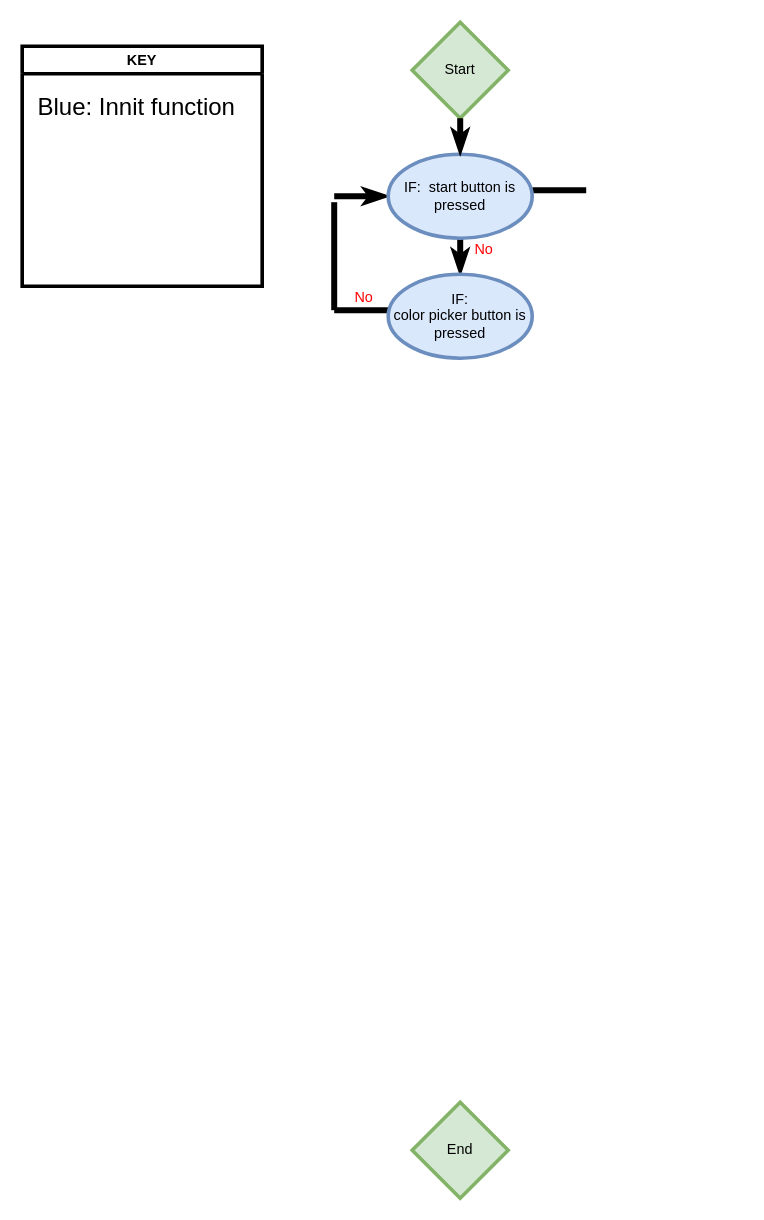
santinx07/adventurePark keeps this draw.io diagram as adventurePark.drawio. Above is the earlier version. Source tidied: cells renumbered, new cells numbered last; positions are measured from the earlier drawing's top-left corner, leaving out a move shared by most shapes. Both pictures are drawn from the tidied source at 120%, with x=0, y=0 at pixel (22, 22).
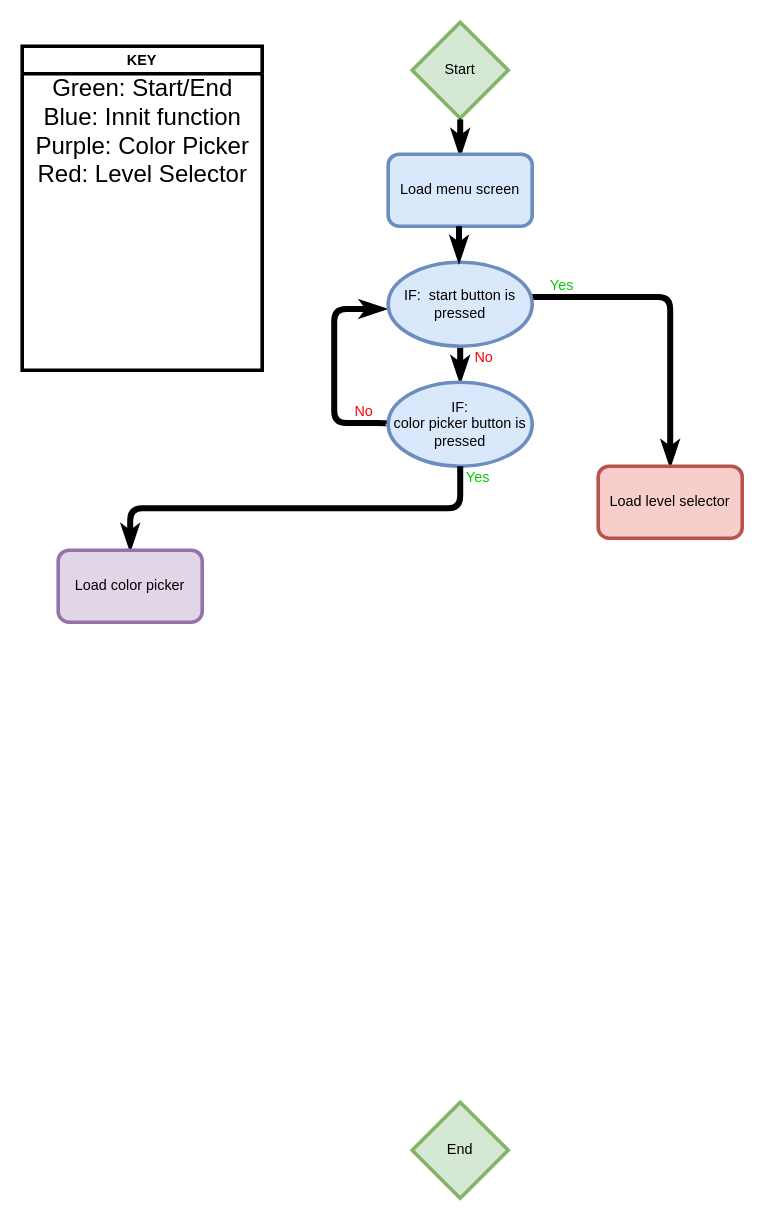
The same page after the edit.

The change refers to these unchanged cells:
```xml
<mxCell id="2" value="Start" style="rhombus;whiteSpace=wrap;html=1;fillColor=#d5e8d4;strokeColor=#82b366;strokeWidth=3;" parent="1" vertex="1">
  <mxGeometry x="325" width="80" height="80" as="geometry" />
</mxCell>
```

The edit, as a diff of the source:
```diff
@@
     <mxCell id="3" value="KEY" style="swimlane;strokeWidth=3;" parent="1" vertex="1">
-      <mxGeometry y="20" width="200" height="200" as="geometry" />
+      <mxGeometry y="20" width="200" height="270" as="geometry" />
     </mxCell>
-    <mxCell id="4" value="&lt;font style=&quot;font-size: 20px&quot;&gt;Blue: Innit function&lt;/font&gt;" style="text;html=1;align=center;verticalAlign=middle;strokeColor=none;fillColor=none;" parent="3" vertex="1">
-      <mxGeometry x="5" y="40" width="180" height="20" as="geometry" />
+    <mxCell id="4" value="&lt;font style=&quot;font-size: 20px&quot;&gt;Green: Start/End&lt;br&gt;Blue: Innit function&lt;br&gt;Purple: Color Picker&lt;br&gt;Red: Level Selector&lt;br&gt;&lt;/font&gt;" style="text;html=1;align=center;verticalAlign=middle;strokeColor=none;fillColor=none;" parent="3" vertex="1">
+      <mxGeometry x="5" y="35" width="190" height="70" as="geometry" />
     </mxCell>
@@
-    <mxCell id="6" style="endArrow=none;html=1;strokeColor=#000000;strokeWidth=5;entryX=1;entryY=0.5;entryDx=0;entryDy=0;exitX=0.5;exitY=1;exitDx=0;exitDy=0;" parent="1" edge="1">
+    <mxCell id="6" style="endArrow=none;html=1;strokeColor=#000000;strokeWidth=5;entryX=1;entryY=0.5;entryDx=0;entryDy=0;edgeStyle=orthogonalEdgeStyle;endFill=0;startArrow=classicThin;startFill=1;" parent="1" edge="1">
       <mxGeometry relative="1" as="geometry">
-        <mxPoint x="470" y="140" as="sourcePoint" />
-        <mxPoint x="425" y="140" as="targetPoint" />
+        <mxPoint x="540" y="370" as="sourcePoint" />
+        <mxPoint x="425" y="229" as="targetPoint" />
+        <Array as="points">
+          <mxPoint x="540" y="229" />
+        </Array>
       </mxGeometry>
     </mxCell>
     <mxCell id="7" style="endArrow=none;html=1;entryX=0.5;entryY=1;entryDx=0;entryDy=0;strokeWidth=5;endFill=0;startArrow=classicThin;startFill=1;" parent="1" edge="1">
       <mxGeometry relative="1" as="geometry">
-        <mxPoint x="365" y="210" as="sourcePoint" />
-        <mxPoint x="365" y="170" as="targetPoint" />
+        <mxPoint x="365" y="300" as="sourcePoint" />
+        <mxPoint x="365" y="260" as="targetPoint" />
       </mxGeometry>
     </mxCell>
-    <mxCell id="8" style="endArrow=none;html=1;strokeWidth=5;exitX=0;exitY=0.5;exitDx=0;exitDy=0;" parent="1" edge="1">
-      <mxGeometry relative="1" as="geometry">
-        <mxPoint x="305" y="240" as="sourcePoint" />
-        <mxPoint x="260" y="240" as="targetPoint" />
-      </mxGeometry>
-    </mxCell>
-    <mxCell id="9" style="endArrow=none;html=1;strokeWidth=5;" parent="1" edge="1">
-      <mxGeometry relative="1" as="geometry">
-        <mxPoint x="260" y="240" as="sourcePoint" />
-        <mxPoint x="260" y="150" as="targetPoint" />
-      </mxGeometry>
-    </mxCell>
-    <mxCell id="10" style="endArrow=classicThin;html=1;strokeWidth=5;entryX=0;entryY=0.5;entryDx=0;entryDy=0;startArrow=none;startFill=0;endFill=1;" parent="1" edge="1" target="13">
+    <mxCell id="10" style="endArrow=classicThin;html=1;strokeWidth=5;startArrow=none;startFill=0;endFill=1;exitX=0;exitY=0.5;exitDx=0;exitDy=0;edgeStyle=orthogonalEdgeStyle;" parent="1" edge="1" source="15">
       <mxGeometry relative="1" as="geometry">
-        <mxPoint x="260" y="145" as="sourcePoint" />
+        <mxPoint x="303" y="239" as="targetPoint" />
+        <Array as="points">
+          <mxPoint x="260" y="334" />
+          <mxPoint x="260" y="239" />
+          <mxPoint x="303" y="239" />
+        </Array>
       </mxGeometry>
     </mxCell>
     <mxCell id="11" value="&lt;font color=&quot;#ff0000&quot;&gt;No&lt;/font&gt;" style="text;html=1;strokeColor=none;fillColor=none;align=center;verticalAlign=middle;whiteSpace=wrap;rounded=0;" parent="1" vertex="1">
-      <mxGeometry x="265" y="220" width="40" height="20" as="geometry" />
+      <mxGeometry x="265" y="315" width="40" height="20" as="geometry" />
     </mxCell>
     <mxCell id="12" value="&lt;font color=&quot;#ff0000&quot;&gt;No&lt;/font&gt;" style="text;html=1;strokeColor=none;fillColor=none;align=center;verticalAlign=middle;whiteSpace=wrap;rounded=0;" parent="1" vertex="1">
-      <mxGeometry x="365" y="180" width="40" height="20" as="geometry" />
+      <mxGeometry x="365" y="270" width="40" height="20" as="geometry" />
     </mxCell>
     <mxCell id="13" value="&lt;span&gt;IF:&amp;nbsp; start button is pressed&lt;/span&gt;" style="ellipse;whiteSpace=wrap;html=1;fillColor=#dae8fc;strokeColor=#6c8ebf;strokeWidth=3;" parent="1" vertex="1">
-      <mxGeometry x="305" y="110" width="120" height="70" as="geometry" />
+      <mxGeometry x="305" y="200" width="120" height="70" as="geometry" />
     </mxCell>
     <mxCell id="14" style="endArrow=none;html=1;entryX=0.5;entryY=1;entryDx=0;entryDy=0;strokeWidth=5;startArrow=classicThin;startFill=1;" parent="1" edge="1">
       <mxGeometry relative="1" as="geometry">
-        <mxPoint x="365" y="110" as="sourcePoint" />
-        <mxPoint x="365" y="80" as="targetPoint" />
+        <mxPoint x="365" y="111" as="sourcePoint" />
+        <mxPoint x="365" y="81" as="targetPoint" />
       </mxGeometry>
     </mxCell>
     <mxCell id="15" value="&lt;span&gt;IF: &lt;br&gt;color picker button is pressed&lt;/span&gt;" style="ellipse;whiteSpace=wrap;html=1;fillColor=#dae8fc;strokeColor=#6c8ebf;strokeWidth=3;" parent="1" vertex="1">
-      <mxGeometry x="305" y="210" width="120" height="70" as="geometry" />
+      <mxGeometry x="305" y="300" width="120" height="70" as="geometry" />
     </mxCell>
+    <mxCell id="16" style="endArrow=classicThin;html=1;strokeWidth=5;exitX=0.5;exitY=1;exitDx=0;exitDy=0;endFill=1;edgeStyle=orthogonalEdgeStyle;" parent="1" edge="1" source="15" target="17">
+      <mxGeometry relative="1" as="geometry" />
+    </mxCell>
+    <mxCell id="17" value="Load color picker" style="rounded=1;whiteSpace=wrap;html=1;fillColor=#e1d5e7;strokeColor=#9673a6;strokeWidth=3;" parent="1" vertex="1">
+      <mxGeometry x="30" y="440" width="120" height="60" as="geometry" />
+    </mxCell>
+    <mxCell id="18" value="&lt;font color=&quot;#00cc00&quot;&gt;Yes&lt;/font&gt;" style="text;html=1;strokeColor=none;fillColor=none;align=center;verticalAlign=middle;whiteSpace=wrap;rounded=0;" parent="1" vertex="1">
+      <mxGeometry x="430" y="210" width="40" height="20" as="geometry" />
+    </mxCell>
+    <mxCell id="19" value="&lt;font color=&quot;#00cc00&quot;&gt;Yes&lt;/font&gt;" style="text;html=1;strokeColor=none;fillColor=none;align=center;verticalAlign=middle;whiteSpace=wrap;rounded=0;" parent="1" vertex="1">
+      <mxGeometry x="360" y="370" width="40" height="20" as="geometry" />
+    </mxCell>
+    <mxCell id="20" style="edgeStyle=orthogonalEdgeStyle;rounded=0;jettySize=auto;html=1;startArrow=classicThin;startFill=1;endArrow=none;endFill=0;" parent="1" edge="1" source="21" target="2">
+      <mxGeometry relative="1" as="geometry" />
+    </mxCell>
+    <mxCell id="21" value="Load menu screen" style="rounded=1;whiteSpace=wrap;html=1;fillColor=#dae8fc;strokeColor=#6c8ebf;strokeWidth=3;" parent="1" vertex="1">
+      <mxGeometry x="305" y="110" width="120" height="60" as="geometry" />
+    </mxCell>
+    <mxCell id="22" style="edgeStyle=orthogonalEdgeStyle;rounded=0;orthogonalLoop=1;jettySize=auto;html=1;startArrow=classicThin;startFill=1;endArrow=none;endFill=0;strokeWidth=5;" parent="1" edge="1">
+      <mxGeometry relative="1" as="geometry">
+        <mxPoint x="364" y="200" as="sourcePoint" />
+        <mxPoint x="364" y="170" as="targetPoint" />
+      </mxGeometry>
+    </mxCell>
+    <mxCell id="23" value="Load level selector" style="rounded=1;whiteSpace=wrap;html=1;strokeWidth=3;fillColor=#f8cecc;strokeColor=#b85450;" parent="1" vertex="1">
+      <mxGeometry x="480" y="370" width="120" height="60" as="geometry" />
+    </mxCell>
```
